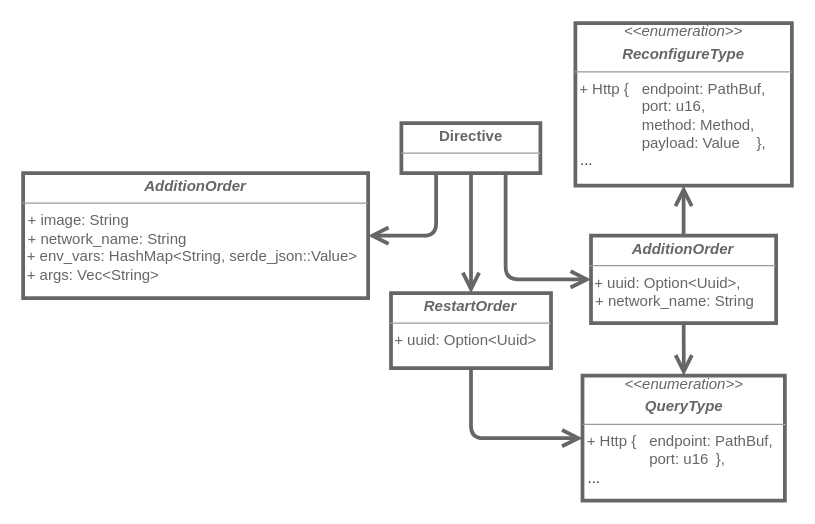
The draw.io diagram 3. Proyecto/metamodel/Directives.drawio in MrDahaniel/StarDuck, before the edit. Source tidied: cells renumbered, new cells numbered last; positions are measured from the earlier drawing's top-left corner, leaving out a move shared by most shapes. Both pictures are drawn from the tidied source at 125%, with x=0, y=0 at pixel (22, 22).
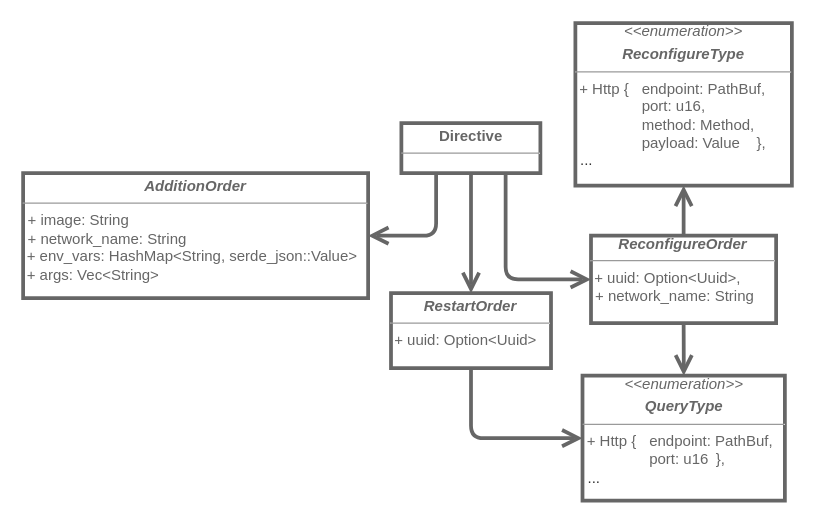
After the change.

Diff of the diagram source:
```diff
@@
 <mxGraphModel>
   <root>
     <mxCell id="0" />
     <mxCell id="1" parent="0" />
     <mxCell id="2" value="&lt;p style=&quot;margin:0px;margin-top:4px;text-align:center;&quot;&gt;&lt;font color=&quot;#666666&quot;&gt;&lt;b&gt;Directive&lt;/b&gt;&lt;/font&gt;&lt;/p&gt;&lt;hr size=&quot;1&quot;&gt;&lt;p style=&quot;margin:0px;margin-left:4px;&quot;&gt;&lt;br&gt;&lt;/p&gt;" style="verticalAlign=top;align=left;overflow=fill;fontSize=12;fontFamily=Helvetica;html=1;whiteSpace=wrap;strokeColor=#666666;fontColor=#333333;fillColor=#ffffff;labelBackgroundColor=none;strokeWidth=3;" parent="1" vertex="1">
       <mxGeometry x="302.6" y="80" width="111.2" height="40" as="geometry" />
     </mxCell>
     <mxCell id="3" style="edgeStyle=orthogonalEdgeStyle;shape=connector;curved=0;rounded=1;jettySize=auto;html=1;exitX=0.5;exitY=0;exitDx=0;exitDy=0;labelBackgroundColor=default;strokeColor=#666666;strokeWidth=3;align=center;verticalAlign=middle;fontFamily=Helvetica;fontSize=11;fontColor=default;endArrow=none;endFill=0;startSize=10;endSize=9;startArrow=open;startFill=0;" parent="1" edge="1" source="4" target="2">
       <mxGeometry relative="1" as="geometry">
         <Array as="points">
           <mxPoint x="358" y="216" />
         </Array>
       </mxGeometry>
     </mxCell>
     <mxCell id="4" value="&lt;p style=&quot;margin:0px;margin-top:4px;text-align:center;&quot;&gt;&lt;font color=&quot;#666666&quot;&gt;&lt;b&gt;&lt;i&gt;RestartOrder&lt;/i&gt;&lt;/b&gt;&lt;/font&gt;&lt;br&gt;&lt;/p&gt;&lt;hr size=&quot;1&quot;&gt;&lt;p style=&quot;margin:0px;margin-left:4px;&quot;&gt;&lt;/p&gt;&lt;font color=&quot;#666666&quot;&gt;&amp;nbsp;+ uuid: Option&amp;lt;Uuid&amp;gt;&lt;/font&gt;&lt;p style=&quot;margin:0px;margin-left:4px;&quot;&gt;&lt;br&gt;&lt;/p&gt;&lt;p style=&quot;margin:0px;margin-left:4px;&quot;&gt;&lt;br&gt;&lt;/p&gt;" style="verticalAlign=top;align=left;overflow=fill;fontSize=12;fontFamily=Helvetica;html=1;whiteSpace=wrap;labelBackgroundColor=none;fillColor=#ffffff;fontColor=#333333;strokeColor=#666666;strokeWidth=3;" parent="1" vertex="1">
       <mxGeometry x="294.3" y="216" width="128" height="60" as="geometry" />
     </mxCell>
     <mxCell id="5" style="edgeStyle=orthogonalEdgeStyle;shape=connector;curved=0;rounded=1;jettySize=auto;html=1;labelBackgroundColor=default;strokeColor=#666666;strokeWidth=3;align=center;verticalAlign=middle;fontFamily=Helvetica;fontSize=11;fontColor=default;endArrow=none;endFill=0;startSize=10;endSize=9;exitX=0;exitY=0.5;exitDx=0;exitDy=0;entryX=0.75;entryY=1;entryDx=0;entryDy=0;startArrow=open;startFill=0;" parent="1" edge="1" source="8" target="2">
       <mxGeometry relative="1" as="geometry" />
     </mxCell>
     <mxCell id="6" style="edgeStyle=orthogonalEdgeStyle;shape=connector;curved=0;rounded=1;jettySize=auto;html=1;labelBackgroundColor=default;strokeColor=#666666;strokeWidth=3;align=center;verticalAlign=middle;fontFamily=Helvetica;fontSize=11;fontColor=default;endArrow=none;endFill=0;startSize=10;endSize=9;entryX=0.25;entryY=1;entryDx=0;entryDy=0;startArrow=open;startFill=0;" parent="1" edge="1" source="7" target="2">
       <mxGeometry relative="1" as="geometry" />
     </mxCell>
     <mxCell id="7" value="&lt;p style=&quot;margin:0px;margin-top:4px;text-align:center;&quot;&gt;&lt;b&gt;&lt;i&gt;&lt;font color=&quot;#666666&quot;&gt;AdditionOrder&lt;/font&gt;&lt;/i&gt;&lt;/b&gt;&lt;/p&gt;&lt;hr size=&quot;1&quot;&gt;&lt;p style=&quot;margin:0px;margin-left:4px;&quot;&gt;&lt;font color=&quot;#666666&quot;&gt;+ image: String&lt;/font&gt;&lt;/p&gt;&lt;p style=&quot;margin:0px;margin-left:4px;&quot;&gt;&lt;font color=&quot;#666666&quot;&gt;+ network_name: String&lt;/font&gt;&lt;/p&gt;&lt;p style=&quot;margin:0px;margin-left:4px;&quot;&gt;&lt;/p&gt;&lt;font color=&quot;#666666&quot;&gt;&amp;nbsp;+ env_vars: HashMap&amp;lt;String, serde_json::Value&amp;gt;&lt;/font&gt;&lt;p style=&quot;margin:0px;margin-left:4px;&quot;&gt;&lt;/p&gt;&lt;font color=&quot;#666666&quot;&gt;&amp;nbsp;+ args: Vec&amp;lt;String&amp;gt;&lt;/font&gt;&lt;p style=&quot;margin:0px;margin-left:4px;&quot;&gt;&lt;br&gt;&lt;/p&gt;" style="verticalAlign=top;align=left;overflow=fill;fontSize=12;fontFamily=Helvetica;html=1;whiteSpace=wrap;labelBackgroundColor=none;fillColor=#ffffff;fontColor=#333333;strokeColor=#666666;strokeWidth=3;" parent="1" vertex="1">
       <mxGeometry y="120" width="276" height="100" as="geometry" />
     </mxCell>
-    <mxCell id="8" value="&lt;p style=&quot;margin:0px;margin-top:4px;text-align:center;&quot;&gt;&lt;b&gt;&lt;i&gt;&lt;font color=&quot;#666666&quot;&gt;AdditionOrder&lt;/font&gt;&lt;/i&gt;&lt;/b&gt;&lt;/p&gt;&lt;hr size=&quot;1&quot;&gt;&lt;p style=&quot;margin:0px;margin-left:4px;&quot;&gt;&lt;/p&gt;&lt;font color=&quot;#666666&quot;&gt;&amp;nbsp;+ uuid: Option&amp;lt;Uuid&amp;gt;,&lt;/font&gt;&lt;p style=&quot;margin:0px;margin-left:4px;&quot;&gt;&lt;font color=&quot;#666666&quot;&gt;+ network_name: String&lt;/font&gt;&lt;/p&gt;&lt;p style=&quot;margin:0px;margin-left:4px;&quot;&gt;&lt;/p&gt;&lt;font color=&quot;#666666&quot;&gt;&amp;nbsp;&lt;br&gt;&lt;/font&gt;" style="verticalAlign=top;align=left;overflow=fill;fontSize=12;fontFamily=Helvetica;html=1;whiteSpace=wrap;labelBackgroundColor=none;fillColor=#ffffff;fontColor=#333333;strokeColor=#666666;strokeWidth=3;" parent="1" vertex="1">
+    <mxCell id="8" value="&lt;div style=&quot;text-align: center;&quot;&gt;&lt;b style=&quot;background-color: initial; border-color: var(--border-color); color: rgb(102, 102, 102);&quot;&gt;&lt;i style=&quot;border-color: var(--border-color);&quot;&gt;Reconfigure&lt;b style=&quot;background-color: initial; color: rgb(51, 51, 51);&quot;&gt;&lt;i&gt;&lt;font color=&quot;#666666&quot;&gt;Order&lt;/font&gt;&lt;/i&gt;&lt;/b&gt;&lt;/i&gt;&lt;/b&gt;&lt;/div&gt;&lt;hr size=&quot;1&quot;&gt;&lt;p style=&quot;margin:0px;margin-left:4px;&quot;&gt;&lt;/p&gt;&lt;font color=&quot;#666666&quot;&gt;&amp;nbsp;+ uuid: Option&amp;lt;Uuid&amp;gt;,&lt;/font&gt;&lt;p style=&quot;margin:0px;margin-left:4px;&quot;&gt;&lt;font color=&quot;#666666&quot;&gt;+ network_name: String&lt;/font&gt;&lt;/p&gt;&lt;p style=&quot;margin:0px;margin-left:4px;&quot;&gt;&lt;/p&gt;&lt;font color=&quot;#666666&quot;&gt;&amp;nbsp;&lt;br&gt;&lt;/font&gt;" style="verticalAlign=top;align=left;overflow=fill;fontSize=12;fontFamily=Helvetica;html=1;whiteSpace=wrap;labelBackgroundColor=none;fillColor=#ffffff;fontColor=#333333;strokeColor=#666666;strokeWidth=3;spacingTop=5;" parent="1" vertex="1">
       <mxGeometry x="454.3" y="170" width="148.1" height="70" as="geometry" />
     </mxCell>
     <mxCell id="9" style="edgeStyle=orthogonalEdgeStyle;shape=connector;curved=0;rounded=1;jettySize=auto;html=1;exitX=0;exitY=0.5;exitDx=0;exitDy=0;labelBackgroundColor=default;strokeColor=#666666;strokeWidth=3;align=center;verticalAlign=middle;fontFamily=Helvetica;fontSize=11;fontColor=default;endArrow=none;endFill=0;startSize=10;endSize=9;startArrow=open;startFill=0;" parent="1" edge="1" source="11" target="4">
       <mxGeometry relative="1" as="geometry" />
     </mxCell>
     <mxCell id="10" style="edgeStyle=orthogonalEdgeStyle;shape=connector;curved=0;rounded=1;jettySize=auto;html=1;labelBackgroundColor=default;strokeColor=#666666;strokeWidth=3;align=center;verticalAlign=middle;fontFamily=Helvetica;fontSize=11;fontColor=default;endArrow=none;endFill=0;startSize=10;endSize=9;startArrow=open;startFill=0;" parent="1" edge="1" source="11" target="8">
       <mxGeometry relative="1" as="geometry" />
     </mxCell>
     <mxCell id="11" value="&lt;i style=&quot;border-color: var(--border-color); color: rgb(102, 102, 102);&quot;&gt;&amp;lt;&amp;lt;enumeration&amp;gt;&amp;gt;&lt;/i&gt;&lt;br style=&quot;border-color: var(--border-color); color: rgb(102, 102, 102);&quot;&gt;&lt;p style=&quot;margin: 4px 0px 0px;&quot;&gt;&lt;font color=&quot;#666666&quot;&gt;&lt;b&gt;&lt;i&gt;QueryType&lt;/i&gt;&lt;/b&gt;&lt;/font&gt;&lt;br&gt;&lt;/p&gt;&lt;hr size=&quot;1&quot;&gt;&lt;p style=&quot;margin:0px;margin-left:4px;&quot;&gt;&lt;/p&gt;&lt;font color=&quot;#666666&quot;&gt;&lt;div style=&quot;text-align: left;&quot;&gt;&lt;span style=&quot;background-color: initial;&quot;&gt;&amp;nbsp;+&amp;nbsp;&lt;/span&gt;&lt;span style=&quot;background-color: initial;&quot;&gt;Http { &lt;span style=&quot;white-space: pre;&quot;&gt;&#9;&lt;/span&gt;endpoint: PathBuf,&amp;nbsp;&lt;/span&gt;&lt;/div&gt;&lt;div style=&quot;text-align: left;&quot;&gt;&lt;span style=&quot;background-color: initial;&quot;&gt;&lt;span style=&quot;white-space: pre;&quot;&gt;&#9;&lt;/span&gt;&lt;span style=&quot;white-space: pre;&quot;&gt;&#9;&lt;/span&gt;port: u16 &lt;span style=&quot;white-space: pre;&quot;&gt;&#9;&lt;/span&gt;},&lt;/span&gt;&lt;/div&gt;&lt;/font&gt;&lt;p style=&quot;text-align: left; margin: 0px 0px 0px 4px;&quot;&gt;...&lt;/p&gt;" style="verticalAlign=top;align=center;overflow=fill;fontSize=12;fontFamily=Helvetica;html=1;whiteSpace=wrap;labelBackgroundColor=none;fillColor=#ffffff;fontColor=#333333;strokeColor=#666666;strokeWidth=3;" parent="1" vertex="1">
       <mxGeometry x="447.5" y="282" width="161.9" height="100" as="geometry" />
     </mxCell>
     <mxCell id="12" style="edgeStyle=orthogonalEdgeStyle;shape=connector;curved=0;rounded=1;jettySize=auto;html=1;labelBackgroundColor=default;strokeColor=#666666;strokeWidth=3;align=center;verticalAlign=middle;fontFamily=Helvetica;fontSize=11;fontColor=default;endArrow=none;endFill=0;startSize=10;endSize=9;startArrow=open;startFill=0;" parent="1" edge="1" source="13" target="8">
       <mxGeometry relative="1" as="geometry" />
     </mxCell>
     <mxCell id="13" value="&lt;i style=&quot;border-color: var(--border-color); color: rgb(102, 102, 102);&quot;&gt;&amp;lt;&amp;lt;enumeration&amp;gt;&amp;gt;&lt;/i&gt;&lt;br style=&quot;border-color: var(--border-color); color: rgb(102, 102, 102);&quot;&gt;&lt;p style=&quot;margin: 4px 0px 0px;&quot;&gt;&lt;font color=&quot;#666666&quot;&gt;&lt;b&gt;&lt;i&gt;ReconfigureType&lt;/i&gt;&lt;/b&gt;&lt;/font&gt;&lt;br&gt;&lt;/p&gt;&lt;hr size=&quot;1&quot;&gt;&lt;p style=&quot;margin:0px;margin-left:4px;&quot;&gt;&lt;/p&gt;&lt;span style=&quot;color: rgb(102, 102, 102); background-color: initial;&quot;&gt;&lt;div style=&quot;text-align: left;&quot;&gt;&lt;span style=&quot;background-color: initial;&quot;&gt;&amp;nbsp;+&amp;nbsp;&lt;/span&gt;Http { &lt;span style=&quot;white-space: pre;&quot;&gt;&#9;&lt;/span&gt;endpoint: PathBuf,&amp;nbsp;&lt;/div&gt;&lt;div style=&quot;text-align: left;&quot;&gt;&lt;span style=&quot;white-space: pre;&quot;&gt;&#9;&lt;/span&gt;&lt;span style=&quot;white-space: pre;&quot;&gt;&#9;&lt;/span&gt;port: u16,&amp;nbsp;&lt;/div&gt;&lt;div style=&quot;text-align: left;&quot;&gt;&lt;span style=&quot;background-color: initial;&quot;&gt;&lt;span style=&quot;white-space: pre;&quot;&gt;&#9;&lt;/span&gt;&lt;span style=&quot;white-space: pre;&quot;&gt;&#9;&lt;/span&gt;method: Method,&lt;/span&gt;&lt;/div&gt;&lt;div style=&quot;text-align: left;&quot;&gt;&lt;span style=&quot;background-color: initial;&quot;&gt;&amp;nbsp; &amp;nbsp; &amp;nbsp; &amp;nbsp; &lt;span style=&quot;white-space: pre;&quot;&gt;&#9;&lt;/span&gt;payload: Value&amp;nbsp; &amp;nbsp;&lt;/span&gt;&lt;span style=&quot;background-color: initial;&quot;&gt;&amp;nbsp;&lt;/span&gt;&lt;span style=&quot;background-color: initial;&quot;&gt;},&lt;/span&gt;&lt;/div&gt;&lt;/span&gt;&lt;p style=&quot;text-align: left; margin: 0px 0px 0px 4px;&quot;&gt;...&lt;/p&gt;" style="verticalAlign=top;align=center;overflow=fill;fontSize=12;fontFamily=Helvetica;html=1;whiteSpace=wrap;labelBackgroundColor=none;fillColor=#ffffff;fontColor=#333333;strokeColor=#666666;strokeWidth=3;" parent="1" vertex="1">
       <mxGeometry x="441.8" width="173.2" height="130" as="geometry" />
     </mxCell>
   </root>
 </mxGraphModel>
```
